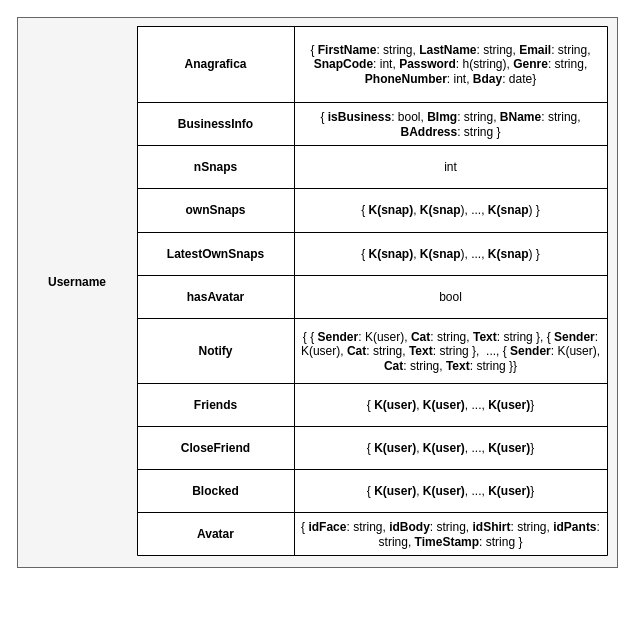
The draw.io diagram NoAM/collection-user.drawio in Antonet99/noSQL-Snapchat, before the edit. Source tidied: cells renumbered, new cells numbered last; positions are measured from the earlier drawing's top-left corner, leaving out a move shared by most shapes. Both pictures are drawn from the tidied source at 100%, with x=0, y=0 at pixel (17, 17).
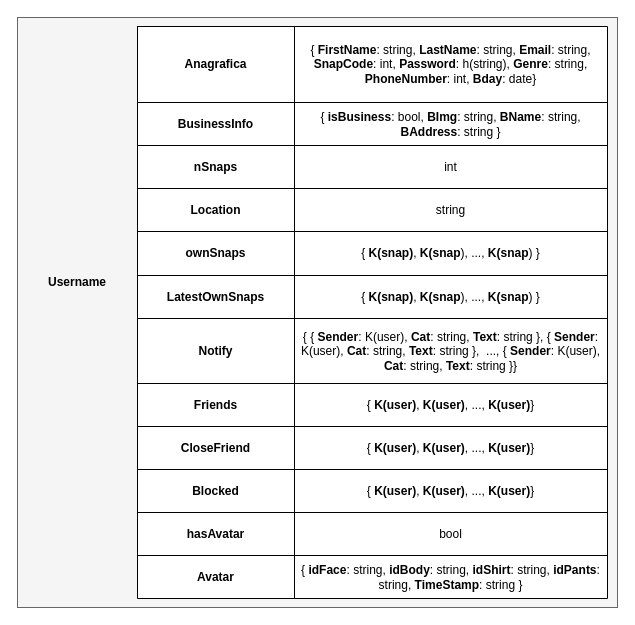
Above is the later version.

The edit, as a diff of the source:
```diff
@@
     <mxCell id="2" style="rounded=0;whiteSpace=wrap;html=1;fillColor=#f5f5f5;fontColor=#333333;strokeColor=#666666;" parent="1" vertex="1">
-      <mxGeometry width="600" height="550" as="geometry" />
+      <mxGeometry width="600" height="590" as="geometry" />
     </mxCell>
@@
     <mxCell id="4" style="shape=table;startSize=0;childLayout=tableLayout;" parent="1" vertex="1">
-      <mxGeometry x="120" y="9" width="470" height="529" as="geometry" />
+      <mxGeometry x="120" y="9" width="470" height="572" as="geometry" />
     </mxCell>
@@
+    <mxCell id="38" style="shape=tableRow;horizontal=0;startSize=0;swimlaneHead=0;swimlaneBody=0;strokeColor=inherit;top=0;left=0;bottom=0;right=0;fillColor=none;" parent="4" vertex="1">
+      <mxGeometry y="162" width="470" height="43" as="geometry" />
+    </mxCell>
+    <mxCell id="39" value="&lt;b&gt;Location&lt;/b&gt;" style="shape=partialRectangle;html=1;whiteSpace=wrap;strokeColor=inherit;overflow=hidden;fillColor=none;top=0;left=0;bottom=0;right=0;" parent="38" vertex="1">
+      <mxGeometry width="157" height="43" as="geometry" />
+    </mxCell>
+    <mxCell id="40" value="string" style="shape=partialRectangle;html=1;whiteSpace=wrap;strokeColor=inherit;overflow=hidden;fillColor=none;top=0;left=0;bottom=0;right=0;" parent="38" vertex="1">
+      <mxGeometry x="157" width="313" height="43" as="geometry" />
+    </mxCell>
     <mxCell id="14" style="shape=tableRow;horizontal=0;startSize=0;swimlaneHead=0;swimlaneBody=0;strokeColor=inherit;top=0;left=0;bottom=0;right=0;fillColor=none;" parent="4" vertex="1">
-      <mxGeometry y="162" width="470" height="44" as="geometry" />
+      <mxGeometry y="205" width="470" height="44" as="geometry" />
     </mxCell>
@@
     <mxCell id="17" style="shape=tableRow;horizontal=0;startSize=0;swimlaneHead=0;swimlaneBody=0;strokeColor=inherit;top=0;left=0;bottom=0;right=0;fillColor=none;" parent="4" vertex="1">
-      <mxGeometry y="206" width="470" height="43" as="geometry" />
+      <mxGeometry y="249" width="470" height="43" as="geometry" />
     </mxCell>
@@
-    <mxCell id="20" style="shape=tableRow;horizontal=0;startSize=0;swimlaneHead=0;swimlaneBody=0;strokeColor=inherit;top=0;left=0;bottom=0;right=0;fillColor=none;" parent="4" vertex="1">
-      <mxGeometry y="249" width="470" height="43" as="geometry" />
-    </mxCell>
-    <mxCell id="21" value="&lt;b&gt;hasAvatar&lt;/b&gt;" style="shape=partialRectangle;html=1;whiteSpace=wrap;strokeColor=inherit;overflow=hidden;fillColor=none;top=0;left=0;bottom=0;right=0;" parent="20" vertex="1">
-      <mxGeometry width="157" height="43" as="geometry" />
-    </mxCell>
-    <mxCell id="22" value="bool" style="shape=partialRectangle;html=1;whiteSpace=wrap;strokeColor=inherit;overflow=hidden;fillColor=none;top=0;left=0;bottom=0;right=0;" parent="20" vertex="1">
-      <mxGeometry x="157" width="313" height="43" as="geometry" />
-    </mxCell>
@@
+    <mxCell id="20" style="shape=tableRow;horizontal=0;startSize=0;swimlaneHead=0;swimlaneBody=0;strokeColor=inherit;top=0;left=0;bottom=0;right=0;fillColor=none;" parent="4" vertex="1">
+      <mxGeometry y="486" width="470" height="43" as="geometry" />
+    </mxCell>
+    <mxCell id="21" value="&lt;b&gt;hasAvatar&lt;/b&gt;" style="shape=partialRectangle;html=1;whiteSpace=wrap;strokeColor=inherit;overflow=hidden;fillColor=none;top=0;left=0;bottom=0;right=0;" parent="20" vertex="1">
+      <mxGeometry width="157" height="43" as="geometry" />
+    </mxCell>
+    <mxCell id="22" value="bool" style="shape=partialRectangle;html=1;whiteSpace=wrap;strokeColor=inherit;overflow=hidden;fillColor=none;top=0;left=0;bottom=0;right=0;" parent="20" vertex="1">
+      <mxGeometry x="157" width="313" height="43" as="geometry" />
+    </mxCell>
     <mxCell id="35" style="shape=tableRow;horizontal=0;startSize=0;swimlaneHead=0;swimlaneBody=0;strokeColor=inherit;top=0;left=0;bottom=0;right=0;fillColor=none;" parent="4" vertex="1">
-      <mxGeometry y="486" width="470" height="43" as="geometry" />
+      <mxGeometry y="529" width="470" height="43" as="geometry" />
     </mxCell>
```
